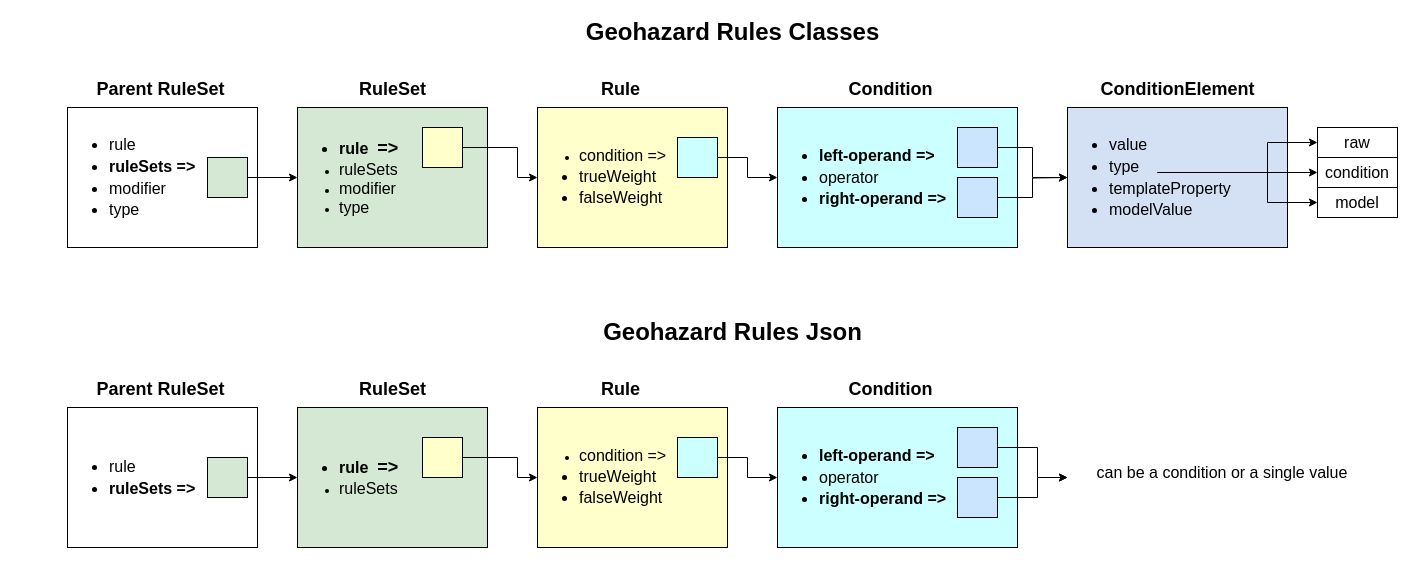
ajimenezn/UML keeps this draw.io diagram as GeohazardRules.drawio. Above is the earlier version. Source tidied: cells renumbered, new cells numbered last; positions are measured from the earlier drawing's top-left corner, leaving out a move shared by most shapes. Both pictures are drawn from the tidied source at 100%, with x=0, y=0 at pixel (67, 17).
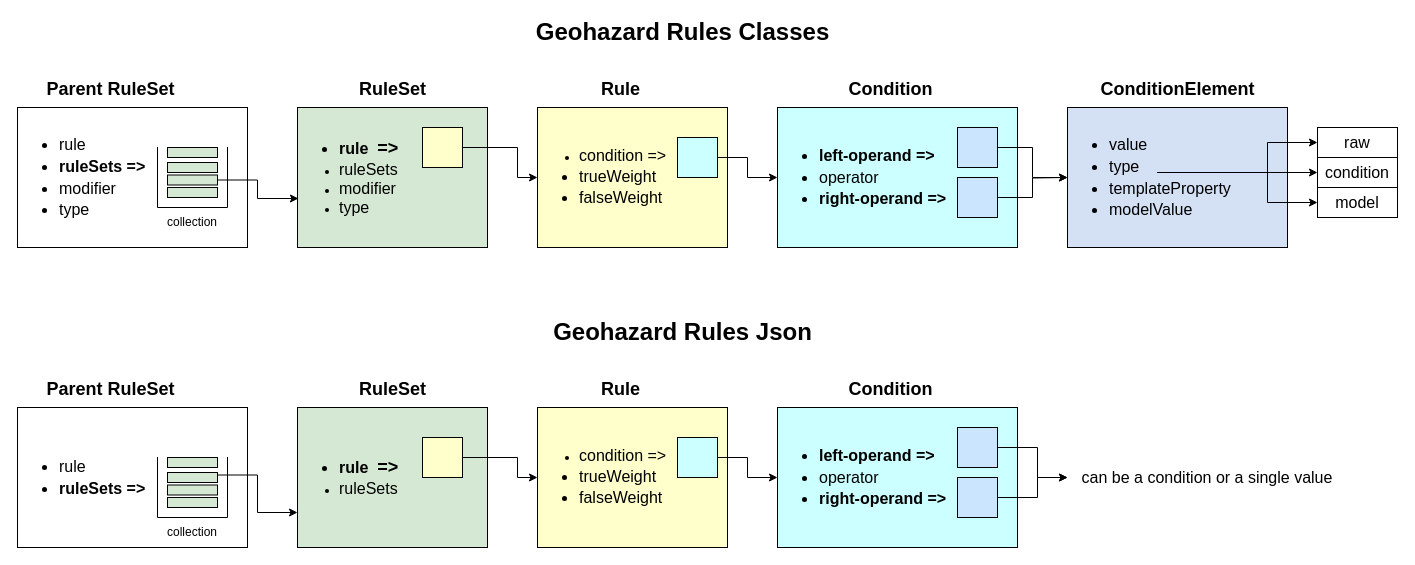
Above is the later version.

The change refers to these unchanged cells:
```xml
<mxCell id="8" value="&lt;ul&gt;&lt;li&gt;&lt;font&gt;&lt;b&gt;&lt;font style=&quot;font-size: 16px&quot;&gt;rule&amp;nbsp; &lt;/font&gt;=&amp;gt;&lt;/b&gt;&lt;/font&gt;&lt;/li&gt;&lt;li style=&quot;font-size: 12px&quot;&gt;&lt;font size=&quot;3&quot;&gt;ruleSets&amp;nbsp;&lt;/font&gt;&lt;/li&gt;&lt;li style=&quot;font-size: 12px&quot;&gt;&lt;font size=&quot;3&quot;&gt;modifier&lt;/font&gt;&lt;/li&gt;&lt;li style=&quot;font-size: 12px&quot;&gt;&lt;font size=&quot;3&quot;&gt;type&lt;/font&gt;&lt;/li&gt;&lt;/ul&gt;" style="rounded=0;whiteSpace=wrap;html=1;fontSize=18;align=left;fillColor=#D5E8D4;" parent="1" vertex="1">
  <mxGeometry x="230" y="90" width="190" height="140" as="geometry" />
</mxCell>
<mxCell id="36" value="&lt;ul&gt;&lt;li&gt;&lt;font&gt;&lt;b&gt;&lt;font style=&quot;font-size: 16px&quot;&gt;rule&amp;nbsp; &lt;/font&gt;=&amp;gt;&lt;/b&gt;&lt;/font&gt;&lt;/li&gt;&lt;li style=&quot;font-size: 12px&quot;&gt;&lt;font size=&quot;3&quot;&gt;ruleSets&amp;nbsp;&lt;/font&gt;&lt;/li&gt;&lt;/ul&gt;" style="rounded=0;whiteSpace=wrap;html=1;fontSize=18;align=left;fillColor=#D5E8D4;" parent="1" vertex="1">
  <mxGeometry x="230" y="390" width="190" height="140" as="geometry" />
</mxCell>
```

The edit, as a diff of the source:
```diff
@@
     <mxCell id="2" value="&lt;ul&gt;&lt;li&gt;&lt;font style=&quot;font-size: 16px&quot;&gt;rule&amp;nbsp;&amp;nbsp;&lt;/font&gt;&lt;/li&gt;&lt;li&gt;&lt;b&gt;&lt;font style=&quot;font-size: 16px&quot;&gt;ruleSets&amp;nbsp;=&amp;gt;&lt;/font&gt;&lt;/b&gt;&lt;/li&gt;&lt;li&gt;&lt;font size=&quot;3&quot;&gt;modifier&lt;/font&gt;&lt;/li&gt;&lt;li&gt;&lt;font size=&quot;3&quot;&gt;type&lt;/font&gt;&lt;/li&gt;&lt;/ul&gt;" style="rounded=0;whiteSpace=wrap;html=1;fontSize=18;align=left;" parent="1" vertex="1">
-      <mxGeometry y="90" width="190" height="140" as="geometry" />
+      <mxGeometry x="-50" y="90" width="230" height="140" as="geometry" />
     </mxCell>
-    <mxCell id="3" style="edgeStyle=orthogonalEdgeStyle;rounded=0;jettySize=auto;html=1;fontSize=18;" parent="1" edge="1" source="4" target="8">
-      <mxGeometry relative="1" as="geometry" />
-    </mxCell>
-    <mxCell id="4" style="whiteSpace=wrap;html=1;fontSize=18;align=left;fillColor=#D5E8D4;" parent="1" vertex="1">
-      <mxGeometry x="140" y="140" width="40" height="40" as="geometry" />
-    </mxCell>
@@
     <mxCell id="11" value="&lt;font style=&quot;font-size: 18px&quot;&gt;Parent RuleSet&lt;/font&gt;" style="text;strokeColor=none;fillColor=none;html=1;fontSize=24;fontStyle=1;verticalAlign=middle;align=center;" parent="1" vertex="1">
-      <mxGeometry x="20" y="50" width="145" height="40" as="geometry" />
+      <mxGeometry x="-30" y="50" width="145" height="40" as="geometry" />
     </mxCell>
@@
     <mxCell id="29" value="Geohazard Rules Classes" style="text;strokeColor=none;fillColor=none;html=1;fontSize=24;fontStyle=1;verticalAlign=middle;align=center;" parent="1" vertex="1">
-      <mxGeometry width="1330" height="30" as="geometry" />
+      <mxGeometry x="-50" width="1330" height="30" as="geometry" />
     </mxCell>
     <mxCell id="30" value="&lt;ul&gt;&lt;li&gt;&lt;font style=&quot;font-size: 16px&quot;&gt;rule&amp;nbsp;&amp;nbsp;&lt;/font&gt;&lt;/li&gt;&lt;li&gt;&lt;b&gt;&lt;font style=&quot;font-size: 16px&quot;&gt;ruleSets&amp;nbsp;=&amp;gt;&lt;/font&gt;&lt;/b&gt;&lt;/li&gt;&lt;/ul&gt;" style="rounded=0;whiteSpace=wrap;html=1;fontSize=18;align=left;" parent="1" vertex="1">
-      <mxGeometry y="390" width="190" height="140" as="geometry" />
+      <mxGeometry x="-50" y="390" width="230" height="140" as="geometry" />
     </mxCell>
-    <mxCell id="31" style="edgeStyle=orthogonalEdgeStyle;rounded=0;jettySize=auto;html=1;fontSize=18;" parent="1" edge="1" source="32" target="36">
-      <mxGeometry relative="1" as="geometry" />
-    </mxCell>
-    <mxCell id="32" style="whiteSpace=wrap;html=1;fontSize=18;align=left;fillColor=#D5E8D4;" parent="1" vertex="1">
-      <mxGeometry x="140" y="440" width="40" height="40" as="geometry" />
-    </mxCell>
@@
     <mxCell id="39" value="&lt;font style=&quot;font-size: 18px&quot;&gt;Parent RuleSet&lt;/font&gt;" style="text;strokeColor=none;fillColor=none;html=1;fontSize=24;fontStyle=1;verticalAlign=middle;align=center;" parent="1" vertex="1">
-      <mxGeometry x="20" y="350" width="145" height="40" as="geometry" />
+      <mxGeometry x="-30" y="350" width="145" height="40" as="geometry" />
     </mxCell>
@@
     <mxCell id="48" value="Geohazard Rules Json" style="text;strokeColor=none;fillColor=none;html=1;fontSize=24;fontStyle=1;verticalAlign=middle;align=center;" parent="1" vertex="1">
-      <mxGeometry y="300" width="1330" height="30" as="geometry" />
+      <mxGeometry x="-50" y="300" width="1330" height="30" as="geometry" />
     </mxCell>
     <mxCell id="49" value="can be a condition or a single value" style="rounded=0;whiteSpace=wrap;html=1;fontSize=16;fillColor=#FFFFFF;align=center;strokeColor=none;" parent="1" vertex="1">
-      <mxGeometry x="1010" y="440" width="290" height="30" as="geometry" />
+      <mxGeometry x="1010" y="445" width="260" height="30" as="geometry" />
     </mxCell>
+    <mxCell id="50" style="rounded=0;whiteSpace=wrap;html=1;fillColor=#D5E8D4;" parent="1" vertex="1">
+      <mxGeometry x="100" y="130" width="50" height="10" as="geometry" />
+    </mxCell>
+    <mxCell id="51" style="shape=partialRectangle;whiteSpace=wrap;html=1;bottom=1;right=1;left=1;top=0;fillColor=none;routingCenterX=-0.5;" parent="1" vertex="1">
+      <mxGeometry x="90" y="130" width="70" height="60" as="geometry" />
+    </mxCell>
+    <mxCell id="52" style="rounded=0;whiteSpace=wrap;html=1;fillColor=#D5E8D4;" parent="1" vertex="1">
+      <mxGeometry x="100" y="145" width="50" height="10" as="geometry" />
+    </mxCell>
+    <mxCell id="53" style="edgeStyle=orthogonalEdgeStyle;rounded=0;jettySize=auto;html=1;entryX=0.005;entryY=0.65;entryDx=0;entryDy=0;entryPerimeter=0;" parent="1" edge="1" source="54" target="8">
+      <mxGeometry relative="1" as="geometry" />
+    </mxCell>
+    <mxCell id="54" style="rounded=0;whiteSpace=wrap;html=1;fillColor=#D5E8D4;" parent="1" vertex="1">
+      <mxGeometry x="100" y="157.5" width="50" height="10" as="geometry" />
+    </mxCell>
+    <mxCell id="55" style="rounded=0;whiteSpace=wrap;html=1;fillColor=#D5E8D4;" parent="1" vertex="1">
+      <mxGeometry x="100" y="170" width="50" height="10" as="geometry" />
+    </mxCell>
+    <mxCell id="56" value="collection" style="text;html=1;strokeColor=none;fillColor=none;align=center;verticalAlign=middle;whiteSpace=wrap;rounded=0;" parent="1" vertex="1">
+      <mxGeometry x="95" y="190" width="60" height="30" as="geometry" />
+    </mxCell>
+    <mxCell id="57" style="rounded=0;whiteSpace=wrap;html=1;fillColor=#D5E8D4;" parent="1" vertex="1">
+      <mxGeometry x="100" y="440" width="50" height="10" as="geometry" />
+    </mxCell>
+    <mxCell id="58" style="shape=partialRectangle;whiteSpace=wrap;html=1;bottom=1;right=1;left=1;top=0;fillColor=none;routingCenterX=-0.5;" parent="1" vertex="1">
+      <mxGeometry x="90" y="440" width="70" height="60" as="geometry" />
+    </mxCell>
+    <mxCell id="59" style="edgeStyle=orthogonalEdgeStyle;rounded=0;jettySize=auto;html=1;exitX=1;exitY=0.25;exitDx=0;exitDy=0;entryX=0;entryY=0.75;entryDx=0;entryDy=0;" parent="1" edge="1" source="60" target="36">
+      <mxGeometry relative="1" as="geometry" />
+    </mxCell>
+    <mxCell id="60" style="rounded=0;whiteSpace=wrap;html=1;fillColor=#D5E8D4;" parent="1" vertex="1">
+      <mxGeometry x="100" y="455" width="50" height="10" as="geometry" />
+    </mxCell>
+    <mxCell id="61" style="rounded=0;whiteSpace=wrap;html=1;fillColor=#D5E8D4;" parent="1" vertex="1">
+      <mxGeometry x="100" y="467.5" width="50" height="10" as="geometry" />
+    </mxCell>
+    <mxCell id="62" style="rounded=0;whiteSpace=wrap;html=1;fillColor=#D5E8D4;" parent="1" vertex="1">
+      <mxGeometry x="100" y="480" width="50" height="10" as="geometry" />
+    </mxCell>
+    <mxCell id="63" value="collection" style="text;html=1;strokeColor=none;fillColor=none;align=center;verticalAlign=middle;whiteSpace=wrap;rounded=0;" parent="1" vertex="1">
+      <mxGeometry x="95" y="500" width="60" height="30" as="geometry" />
+    </mxCell>
```
